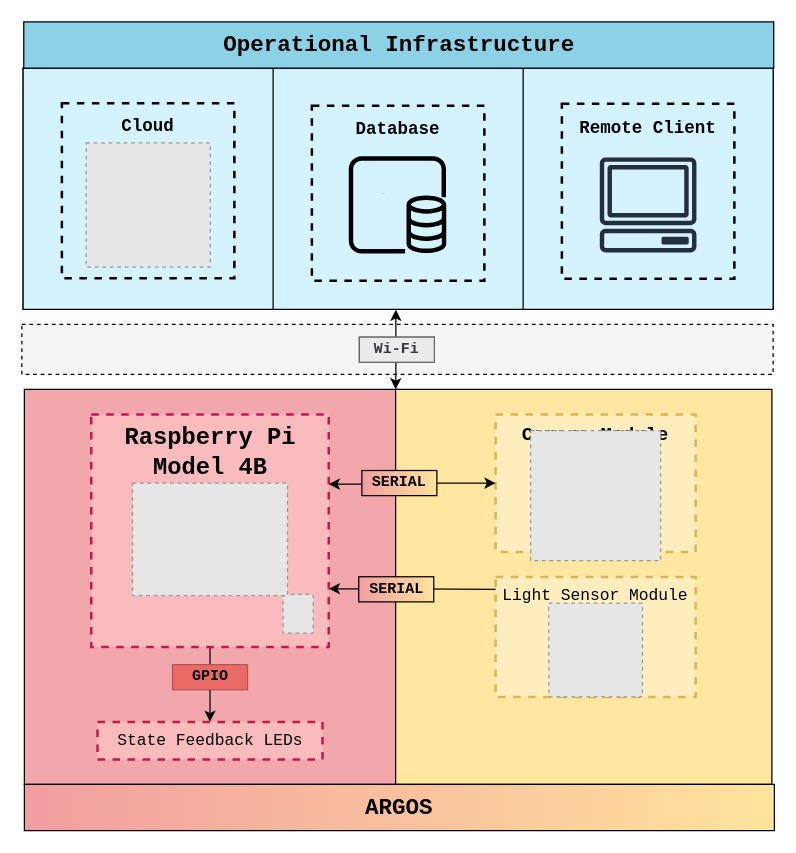
esrg-silent-howl/argos keeps this draw.io diagram as page "Page-2" (2 of 2) of 2. Analysis/3. Hardware Architecture/hardware_architecture.drawio. Above is the earlier version. Source tidied: cells renumbered, new cells numbered last; positions are measured from the earlier drawing's top-left corner, leaving out a move shared by most shapes. Both pictures are drawn from the tidied source at 125%, with x=0, y=0 at pixel (21, 21). Pictures stored in the file or linked from it are replaced by grey dashed boxes.
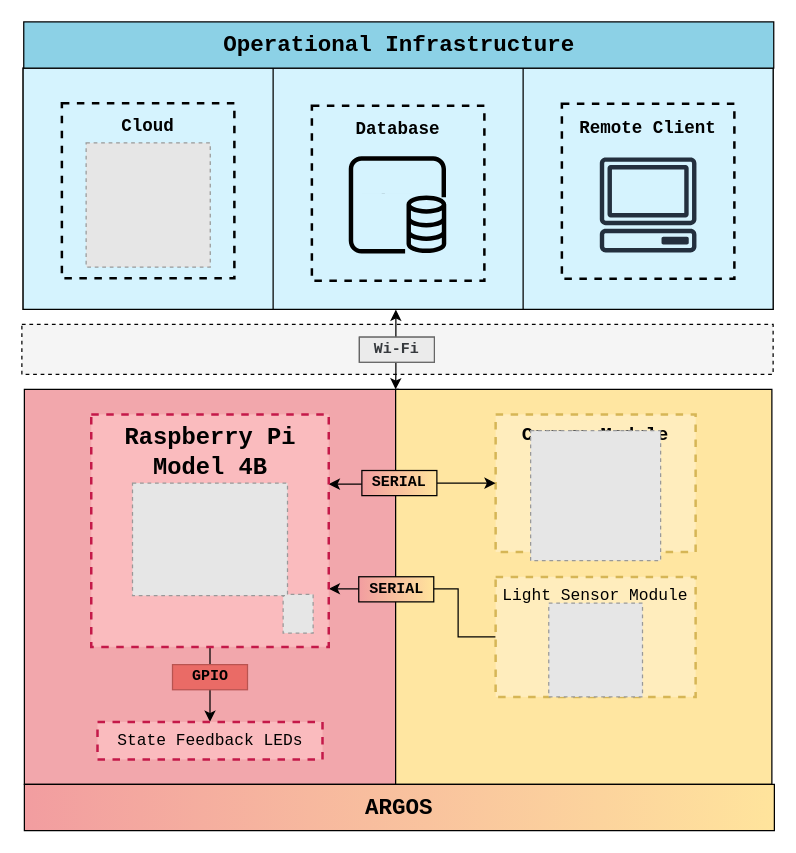
Above is the later version.

Commit message (it also covers changes not shown here):
FIX: Visual tweak on the HW Architecture Diagram

Unchanged cells that the change refers to:
```xml
<mxCell id="10" value="&lt;span style=&quot;font-family: &amp;#34;consolas&amp;#34;&quot;&gt;Raspberry Pi Model 4B&lt;/span&gt;" style="rounded=0;whiteSpace=wrap;html=1;dashed=1;strokeWidth=2;verticalAlign=top;fontSize=19;align=center;spacingLeft=0;fillColor=#FABBBE;strokeColor=#C41949;fontStyle=1;" parent="1" vertex="1">
  <mxGeometry x="55.5" y="314" width="190" height="186" as="geometry" />
</mxCell>
<mxCell id="28" value="&lt;span style=&quot;font-family: consolas; font-size: 13px;&quot;&gt;Light Sensor Module&lt;/span&gt;" style="rounded=0;whiteSpace=wrap;html=1;dashed=1;strokeWidth=2;verticalAlign=top;fontSize=13;align=center;spacingLeft=0;strokeColor=#d6b656;fillColor=#FFEDBD;fontStyle=0;" parent="1" vertex="1">
  <mxGeometry x="379" y="444" width="160" height="96" as="geometry" />
</mxCell>
```

Diff of the diagram source:
```diff
@@
-    <mxCell id="9" style="edgeStyle=orthogonalEdgeStyle;rounded=0;jettySize=auto;html=1;exitX=1;exitY=0.75;exitDx=0;exitDy=0;entryX=0.004;entryY=0.104;entryDx=0;entryDy=0;entryPerimeter=0;endArrow=none;endFill=0;startArrow=classic;startFill=1;" parent="1" edge="1" source="10" target="28">
-      <mxGeometry relative="1" as="geometry" />
+    <mxCell id="9" style="edgeStyle=orthogonalEdgeStyle;rounded=0;jettySize=auto;html=1;exitX=1;exitY=0.75;exitDx=0;exitDy=0;entryX=0;entryY=0.5;entryDx=0;entryDy=0;endArrow=none;endFill=0;startArrow=classic;startFill=1;" parent="1" edge="1" source="10" target="28">
+      <mxGeometry relative="1" as="geometry">
+        <Array as="points">
+          <mxPoint x="349" y="454" />
+          <mxPoint x="349" y="492" />
+        </Array>
+      </mxGeometry>
     </mxCell>
```
